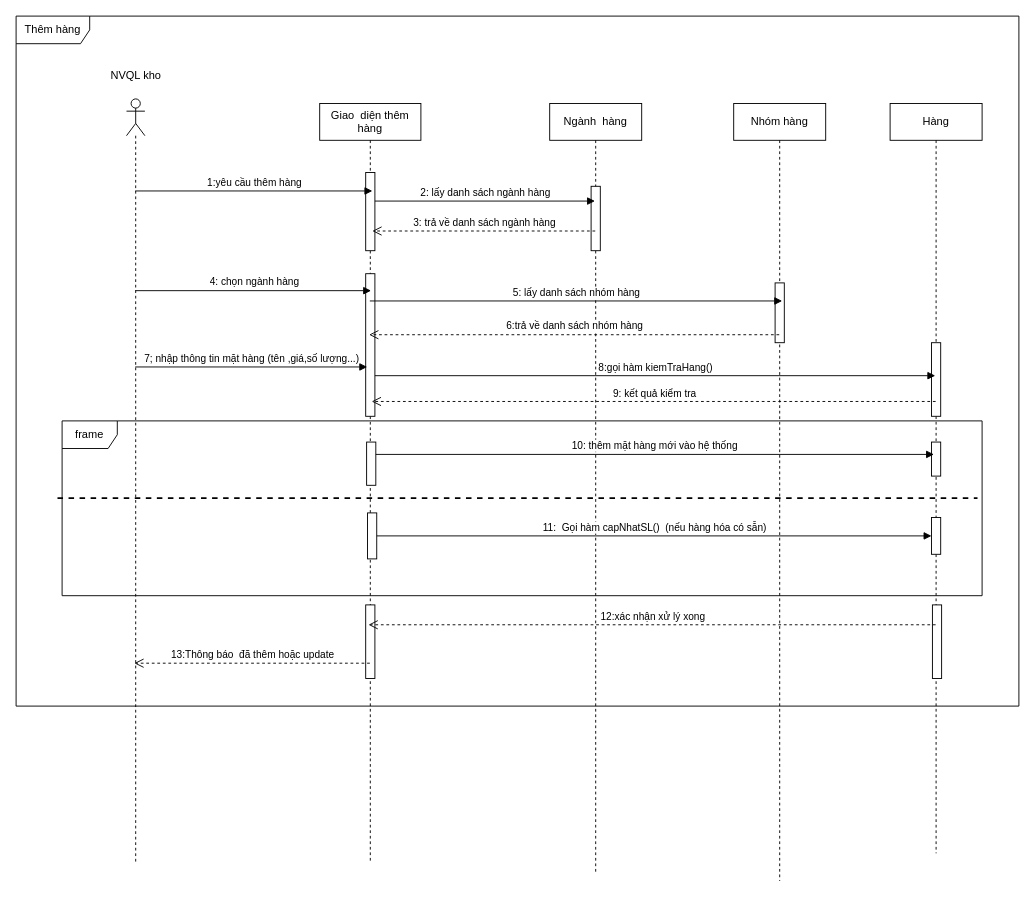
Before: them1mathang sequence.drawio in RomJoke/K, a draw.io diagram. Source tidied: cells renumbered, new cells numbered last; positions are measured from the earlier drawing's top-left corner, leaving out a move shared by most shapes. Both pictures are drawn from the tidied source at 92%, with x=0, y=0 at pixel (16, 16).
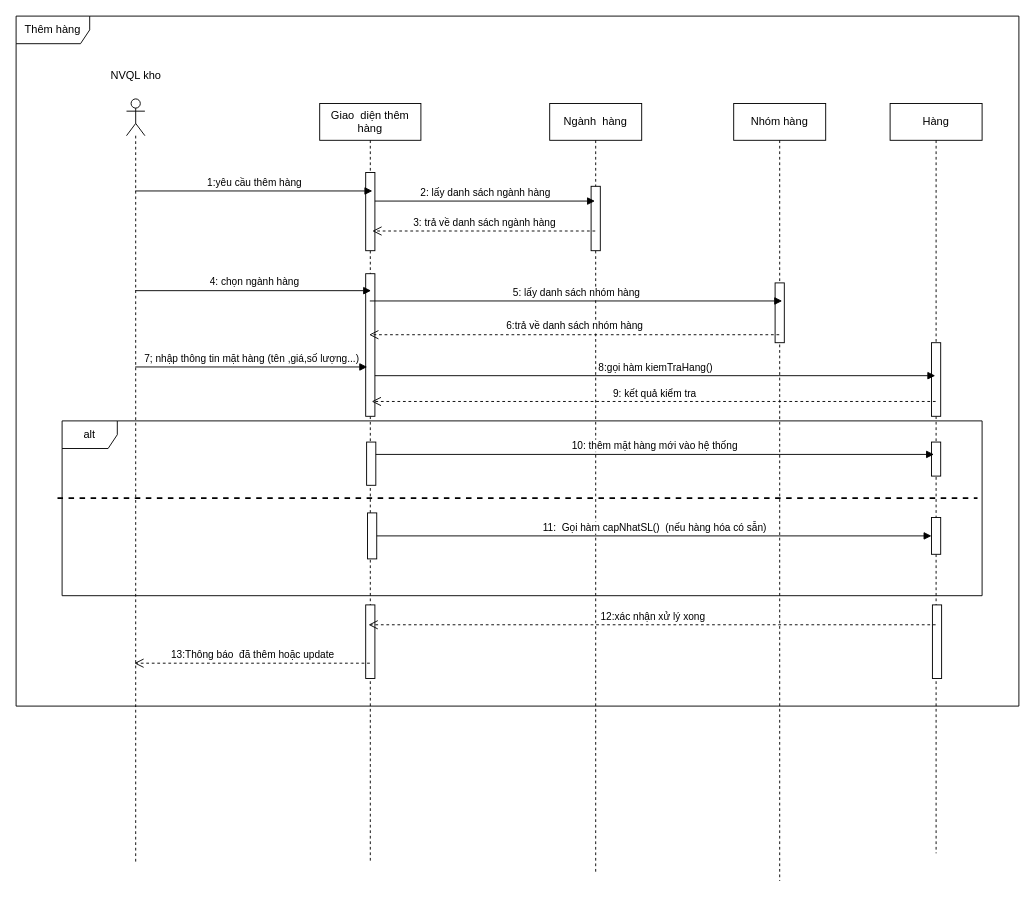
Above is the later version.

What changed in the source:
```diff
@@
-    <mxCell id="25" value="frame" style="shape=umlFrame;whiteSpace=wrap;html=1;" parent="1" vertex="1">
+    <mxCell id="25" value="alt" style="shape=umlFrame;whiteSpace=wrap;html=1;" parent="1" vertex="1">
       <mxGeometry x="50" y="440" width="1000" height="190" as="geometry" />
     </mxCell>
```
